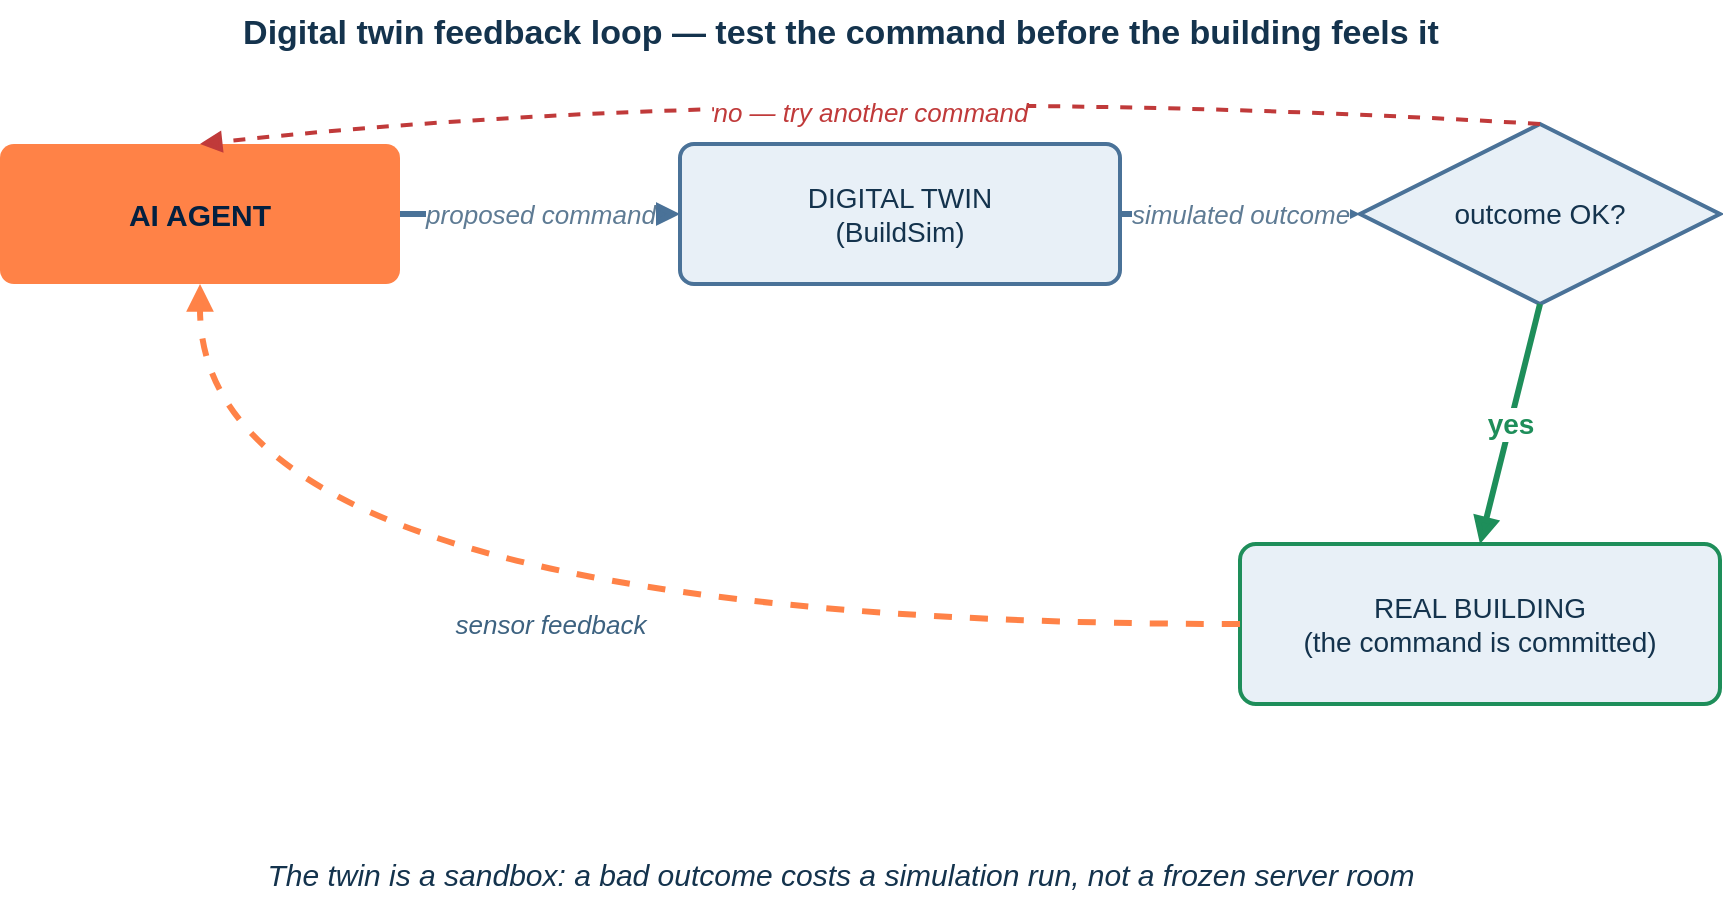
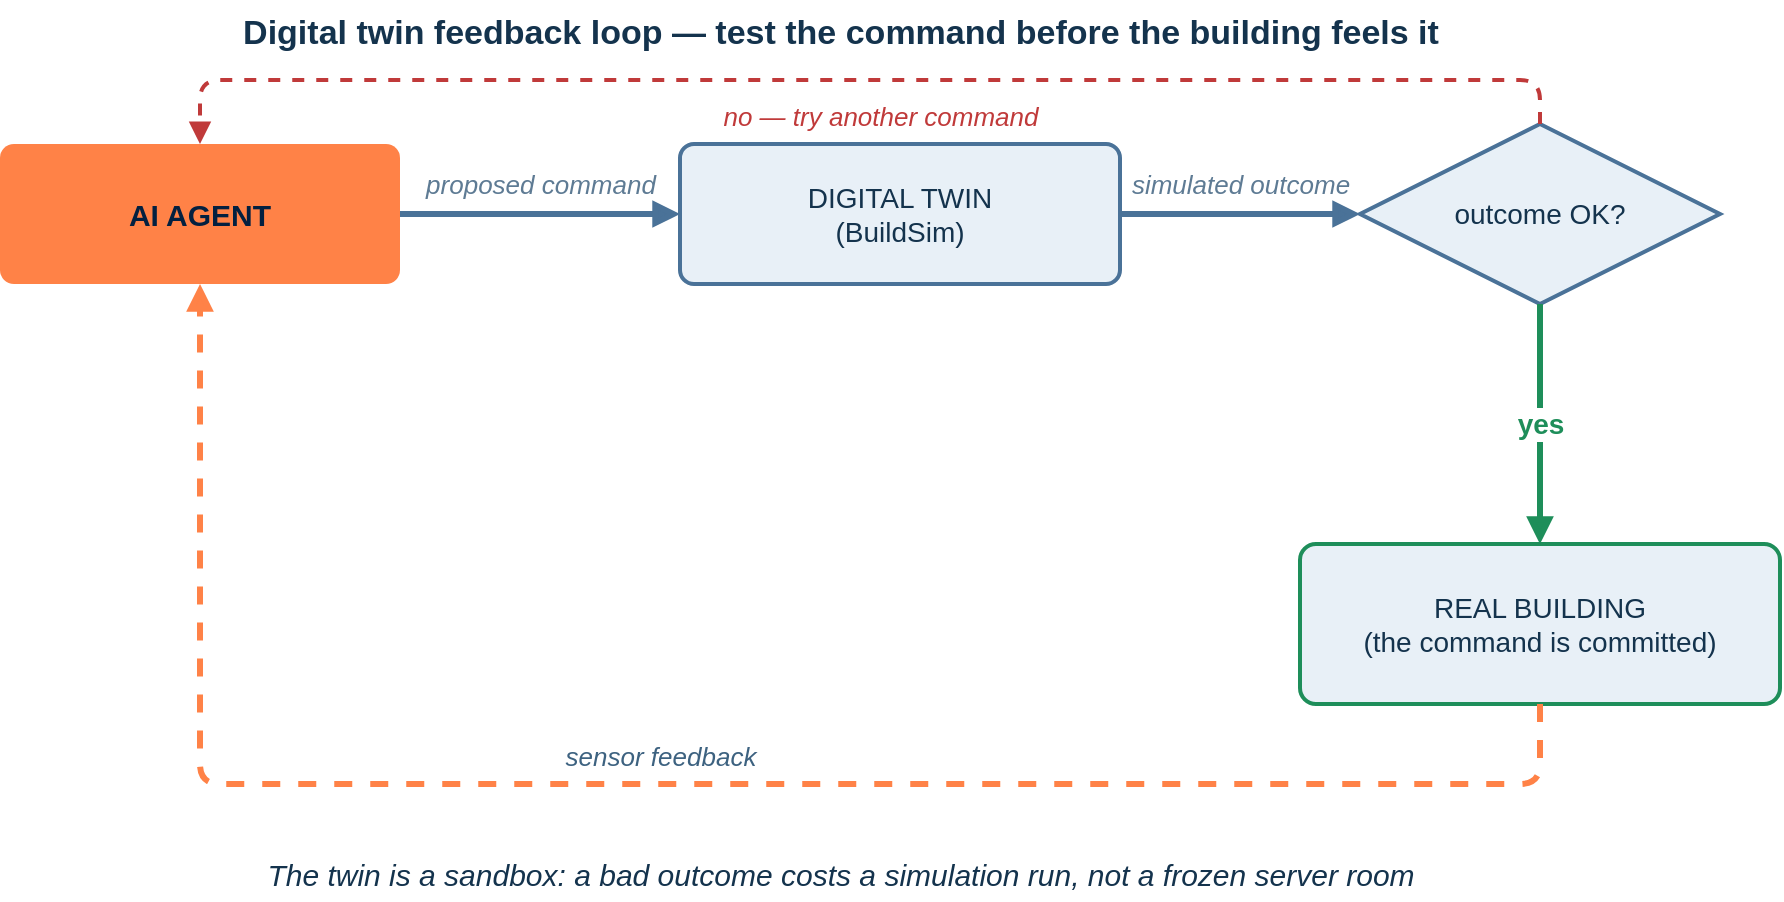
<mxfile host="app.diagrams.net">
  <diagram id="cn2-fig10" name="cn2-fig10">
    <mxGraphModel dx="1000" dy="600" grid="0" page="1" pageScale="1" pageWidth="1000" pageHeight="500" math="0" shadow="0" background="#FFFFFF">
      <root>
        <mxCell id="0"/>
        <mxCell id="1" parent="0"/>
        <mxCell id="title" value="Digital twin feedback loop — test the command before the building feels it" style="text;html=1;align=center;fontColor=#14334D;fontSize=17;fontStyle=1;fontFamily=Helvetica;" vertex="1" parent="1">
          <mxGeometry x="100" y="18" width="800" height="28" as="geometry"/>
        </mxCell>
        <mxCell id="agent" value="AI AGENT" style="rounded=1;whiteSpace=wrap;html=1;fillColor=#FF8247;strokeColor=none;fontColor=#032040;fontSize=15;fontStyle=1;fontFamily=Helvetica;arcSize=10;" vertex="1" parent="1">
          <mxGeometry x="80" y="90" width="200" height="70" as="geometry"/>
        </mxCell>
        <mxCell id="twin" value="DIGITAL TWIN&#10;(BuildSim)" style="rounded=1;whiteSpace=wrap;html=1;fillColor=#E8F0F7;strokeColor=#4A7298;strokeWidth=2;fontColor=#14334D;fontSize=14;fontFamily=Helvetica;arcSize=10;" vertex="1" parent="1">
          <mxGeometry x="420" y="90" width="220" height="70" as="geometry"/>
        </mxCell>
        <mxCell id="check" value="outcome OK?" style="rhombus;whiteSpace=wrap;html=1;fillColor=#E8F0F7;strokeColor=#4A7298;strokeWidth=2;fontColor=#14334D;fontSize=14;fontFamily=Helvetica;" vertex="1" parent="1">
          <mxGeometry x="760" y="80" width="180" height="90" as="geometry"/>
        </mxCell>
        <mxCell id="real" value="REAL BUILDING&#10;(the command is committed)" style="rounded=1;whiteSpace=wrap;html=1;fillColor=#E8F0F7;strokeColor=#1E8E5A;strokeWidth=2;fontColor=#14334D;fontSize=14;fontFamily=Helvetica;arcSize=10;" vertex="1" parent="1">
-           <mxGeometry x="700" y="290" width="240" height="80" as="geometry"/>
+           <mxGeometry x="730" y="290" width="240" height="80" as="geometry"/>
        </mxCell>
-         <mxCell id="e1" value="proposed command" style="endArrow=block;html=1;strokeColor=#4A7298;strokeWidth=3;fontColor=#5E7B94;fontSize=13;fontStyle=2;fontFamily=Helvetica;labelBackgroundColor=#FFFFFF;exitX=1;exitY=0.5;entryX=0;entryY=0.5;" edge="1" parent="1" source="agent" target="twin"><mxGeometry relative="1" as="geometry"/></mxCell>
-         <mxCell id="e2" value="simulated outcome" style="endArrow=block;html=1;strokeColor=#4A7298;strokeWidth=3;fontColor=#5E7B94;fontSize=13;fontStyle=2;fontFamily=Helvetica;labelBackgroundColor=#FFFFFF;exitX=1;exitY=0.5;entryX=0;entryY=0.5;" edge="1" parent="1" source="twin" target="check"><mxGeometry relative="1" as="geometry"/></mxCell>
+         <mxCell id="e1" value="proposed command" style="endArrow=block;html=1;strokeColor=#4A7298;strokeWidth=3;fontColor=#5E7B94;fontSize=13;fontStyle=2;fontFamily=Helvetica;labelBackgroundColor=#FFFFFF;exitX=1;exitY=0.5;entryX=0;entryY=0.5;" edge="1" parent="1" source="agent" target="twin"><mxGeometry relative="1" as="geometry"><mxPoint x="0" y="-15" as="offset"/></mxGeometry></mxCell>
+         <mxCell id="e2" value="simulated outcome" style="endArrow=block;html=1;strokeColor=#4A7298;strokeWidth=3;fontColor=#5E7B94;fontSize=13;fontStyle=2;fontFamily=Helvetica;labelBackgroundColor=#FFFFFF;exitX=1;exitY=0.5;entryX=0;entryY=0.5;" edge="1" parent="1" source="twin" target="check"><mxGeometry relative="1" as="geometry"><mxPoint x="0" y="-15" as="offset"/></mxGeometry></mxCell>
        <mxCell id="e3" value="yes" style="endArrow=block;html=1;strokeColor=#1E8E5A;strokeWidth=3;fontColor=#1E8E5A;fontSize=14;fontStyle=1;fontFamily=Helvetica;labelBackgroundColor=#FFFFFF;exitX=0.5;exitY=1;entryX=0.5;entryY=0;" edge="1" parent="1" source="check" target="real"><mxGeometry relative="1" as="geometry"/></mxCell>
-         <mxCell id="e4" value="no — try another command" style="endArrow=block;html=1;strokeColor=#C03A3A;strokeWidth=2;dashed=1;fontColor=#C03A3A;fontSize=13;fontStyle=2;fontFamily=Helvetica;labelBackgroundColor=#FFFFFF;curved=1;exitX=0.5;exitY=0;entryX=0.5;entryY=0;" edge="1" parent="1" source="check" target="agent">
-           <mxGeometry relative="1" as="geometry"><Array as="points"><mxPoint x="480" y="58"/></Array><mxPoint x="0" y="14" as="offset"/></mxGeometry>
+         <mxCell id="e4" value="" style="endArrow=block;html=1;strokeColor=#C03A3A;strokeWidth=2;dashed=1;exitX=0.5;exitY=0;entryX=0.5;entryY=0;" edge="1" parent="1" source="check" target="agent">
+           <mxGeometry relative="1" as="geometry"><Array as="points"><mxPoint x="850" y="58"/><mxPoint x="180" y="58"/></Array></mxGeometry>
        </mxCell>
-         <mxCell id="e5" value="sensor feedback" style="endArrow=block;html=1;strokeColor=#FF8247;strokeWidth=3;dashed=1;fontColor=#3D6280;fontSize=13;fontStyle=2;fontFamily=Helvetica;labelBackgroundColor=#FFFFFF;curved=1;exitX=0;exitY=0.5;entryX=0.5;entryY=1;" edge="1" parent="1" source="real" target="agent">
-           <mxGeometry relative="1" as="geometry"><Array as="points"><mxPoint x="180" y="330"/></Array></mxGeometry>
+         <mxCell id="e4lab" value="no — try another command" style="text;html=1;align=center;fontColor=#C03A3A;fontSize=13;fontStyle=2;fontFamily=Helvetica;" vertex="1" parent="1">
+           <mxGeometry x="400" y="62" width="240" height="18" as="geometry"/>
+         </mxCell>
+         <mxCell id="e5" value="sensor feedback" style="endArrow=block;html=1;strokeColor=#FF8247;strokeWidth=3;dashed=1;fontColor=#3D6280;fontSize=13;fontStyle=2;fontFamily=Helvetica;labelBackgroundColor=none;exitX=0.5;exitY=1;entryX=0.5;entryY=1;" edge="1" parent="1" source="real" target="agent">
+           <mxGeometry relative="1" as="geometry"><Array as="points"><mxPoint x="850" y="410"/><mxPoint x="180" y="410"/></Array><mxPoint x="0" y="-14" as="offset"/></mxGeometry>
        </mxCell>
        <mxCell id="cap" value="The twin is a sandbox: a bad outcome costs a simulation run, not a frozen server room" style="text;html=1;align=center;fontColor=#14334D;fontSize=15;fontStyle=2;fontFamily=Helvetica;" vertex="1" parent="1">
          <mxGeometry x="100" y="440" width="800" height="28" as="geometry"/>
        </mxCell>
      </root>
    </mxGraphModel>
  </diagram>
</mxfile>
